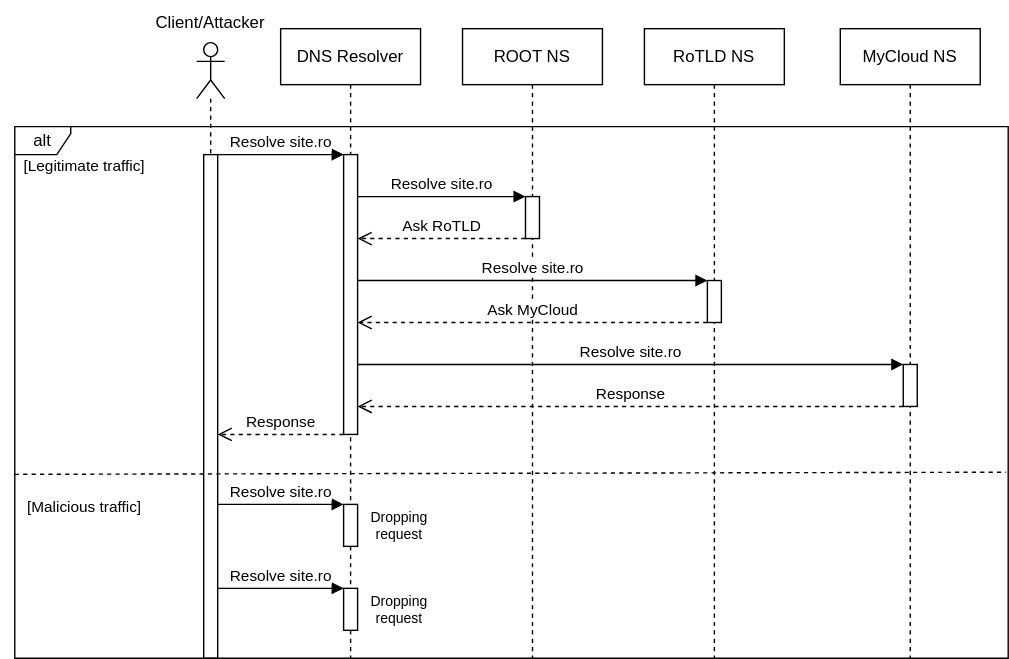
Earlier version of the draw.io export Diagrame/my_diagrams/DNS_seq_diagram.svg (gainaalex/Cloud-Platform-AntiDDoS). Source tidied: cells renumbered, new cells last; positions are measured from the earlier drawing's top-left corner, leaving out a move shared by most shapes.
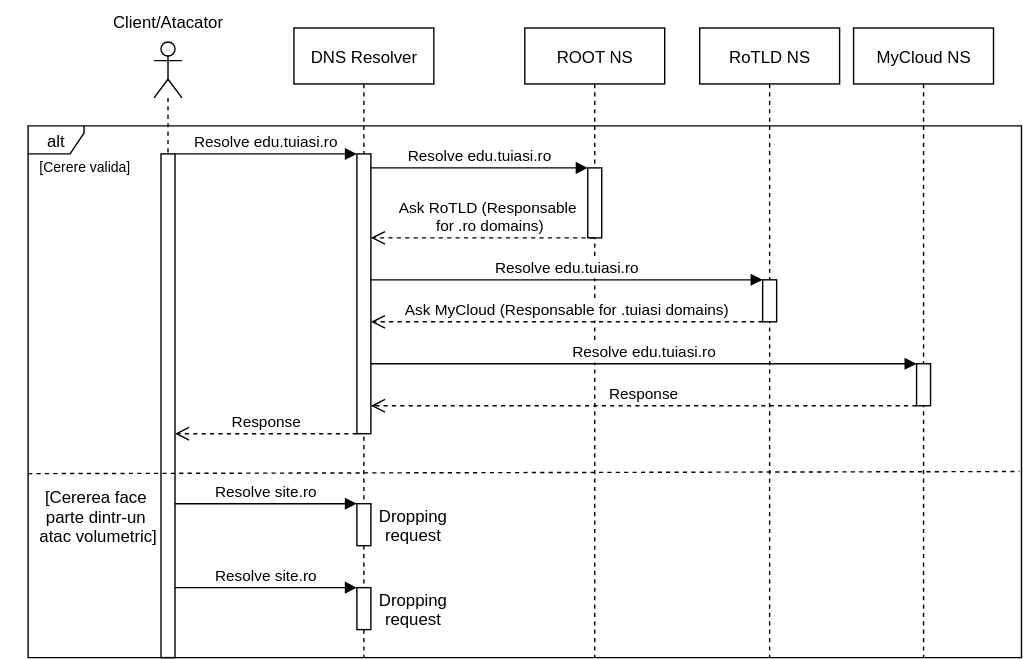
The same diagram one commit later.

Diff of the diagram source:
```diff
@@ -2,131 +2,130 @@
   <root>
     <mxCell id="0" />
     <mxCell id="1" parent="0" />
-    <mxCell id="2" value="ROOT NS" style="shape=umlLifeline;perimeter=lifelinePerimeter;whiteSpace=wrap;html=1;outlineConnect=0;portConstraint=eastwest;newEdgeStyle={&quot;edgeStyle&quot;:&quot;elbowEdgeStyle&quot;,&quot;elbow&quot;:&quot;vertical&quot;,&quot;curved&quot;:0,&quot;rounded&quot;:0};" parent="1" vertex="1">
-      <mxGeometry x="330" y="20" width="100" height="450" as="geometry" />
+    <mxCell id="2" value="ROOT NS" style="shape=umlLifeline;perimeter=lifelinePerimeter;outlineConnect=0;portConstraint=eastwest;newEdgeStyle={&quot;edgeStyle&quot;:&quot;elbowEdgeStyle&quot;,&quot;elbow&quot;:&quot;vertical&quot;,&quot;curved&quot;:0,&quot;rounded&quot;:0};" parent="1" vertex="1">
+      <mxGeometry x="365" y="20" width="100" height="450" as="geometry" />
     </mxCell>
-    <mxCell id="3" value="RoTLD NS" style="shape=umlLifeline;perimeter=lifelinePerimeter;whiteSpace=wrap;html=1;newEdgeStyle={&quot;edgeStyle&quot;:&quot;elbowEdgeStyle&quot;,&quot;elbow&quot;:&quot;vertical&quot;,&quot;curved&quot;:0,&quot;rounded&quot;:0};" parent="1" vertex="1">
-      <mxGeometry x="460" y="20" width="100" height="450" as="geometry" />
+    <mxCell id="3" value="RoTLD NS" style="shape=umlLifeline;perimeter=lifelinePerimeter;newEdgeStyle={&quot;edgeStyle&quot;:&quot;elbowEdgeStyle&quot;,&quot;elbow&quot;:&quot;vertical&quot;,&quot;curved&quot;:0,&quot;rounded&quot;:0};" parent="1" vertex="1">
+      <mxGeometry x="490" y="20" width="100" height="450" as="geometry" />
     </mxCell>
-    <mxCell id="4" style="html=1;points=[];perimeter=orthogonalPerimeter;outlineConnect=0;targetShapes=umlLifeline;portConstraint=eastwest;newEdgeStyle={&quot;edgeStyle&quot;:&quot;elbowEdgeStyle&quot;,&quot;elbow&quot;:&quot;vertical&quot;,&quot;curved&quot;:0,&quot;rounded&quot;:0};" parent="3" vertex="1">
+    <mxCell id="4" style="points=[];perimeter=orthogonalPerimeter;outlineConnect=0;targetShapes=umlLifeline;portConstraint=eastwest;newEdgeStyle={&quot;edgeStyle&quot;:&quot;elbowEdgeStyle&quot;,&quot;elbow&quot;:&quot;vertical&quot;,&quot;curved&quot;:0,&quot;rounded&quot;:0};" parent="3" vertex="1">
       <mxGeometry x="45" y="180" width="10" height="30" as="geometry" />
     </mxCell>
-    <mxCell id="5" style="shape=umlLifeline;perimeter=lifelinePerimeter;whiteSpace=wrap;html=1;newEdgeStyle={&quot;curved&quot;:0,&quot;rounded&quot;:0};participant=umlActor;size=40;" parent="1" vertex="1">
-      <mxGeometry x="140" y="30" width="20" height="440" as="geometry" />
+    <mxCell id="5" style="shape=umlLifeline;perimeter=lifelinePerimeter;newEdgeStyle={&quot;curved&quot;:0,&quot;rounded&quot;:0};participant=umlActor;size=40;" parent="1" vertex="1">
+      <mxGeometry x="100" y="30" width="20" height="440" as="geometry" />
     </mxCell>
-    <mxCell id="6" style="html=1;points=[[0,0,0,0,5],[0,1,0,0,-5],[1,0,0,0,5],[1,1,0,0,-5]];perimeter=orthogonalPerimeter;outlineConnect=0;targetShapes=umlLifeline;portConstraint=eastwest;newEdgeStyle={&quot;curved&quot;:0,&quot;rounded&quot;:0};" parent="5" vertex="1">
+    <mxCell id="6" style="points=[[0,0,0,0,5],[0,1,0,0,-5],[1,0,0,0,5],[1,1,0,0,-5]];perimeter=orthogonalPerimeter;outlineConnect=0;targetShapes=umlLifeline;portConstraint=eastwest;newEdgeStyle={&quot;curved&quot;:0,&quot;rounded&quot;:0};" parent="5" vertex="1">
       <mxGeometry x="5" y="80" width="10" height="360" as="geometry" />
     </mxCell>
-    <mxCell id="7" value="MyCloud NS" style="shape=umlLifeline;perimeter=lifelinePerimeter;whiteSpace=wrap;html=1;newEdgeStyle={&quot;edgeStyle&quot;:&quot;elbowEdgeStyle&quot;,&quot;elbow&quot;:&quot;vertical&quot;,&quot;curved&quot;:0,&quot;rounded&quot;:0};" parent="1" vertex="1">
+    <mxCell id="7" value="MyCloud NS" style="shape=umlLifeline;perimeter=lifelinePerimeter;newEdgeStyle={&quot;edgeStyle&quot;:&quot;elbowEdgeStyle&quot;,&quot;elbow&quot;:&quot;vertical&quot;,&quot;curved&quot;:0,&quot;rounded&quot;:0};" parent="1" vertex="1">
       <mxGeometry x="600" y="20" width="100" height="450" as="geometry" />
     </mxCell>
-    <mxCell id="8" style="html=1;points=[];perimeter=orthogonalPerimeter;outlineConnect=0;targetShapes=umlLifeline;portConstraint=eastwest;newEdgeStyle={&quot;edgeStyle&quot;:&quot;elbowEdgeStyle&quot;,&quot;elbow&quot;:&quot;vertical&quot;,&quot;curved&quot;:0,&quot;rounded&quot;:0};" parent="7" vertex="1">
+    <mxCell id="8" style="points=[];perimeter=orthogonalPerimeter;outlineConnect=0;targetShapes=umlLifeline;portConstraint=eastwest;newEdgeStyle={&quot;edgeStyle&quot;:&quot;elbowEdgeStyle&quot;,&quot;elbow&quot;:&quot;vertical&quot;,&quot;curved&quot;:0,&quot;rounded&quot;:0};" parent="7" vertex="1">
       <mxGeometry x="45" y="240" width="10" height="30" as="geometry" />
     </mxCell>
-    <mxCell id="9" value="DNS Resolver" style="shape=umlLifeline;perimeter=lifelinePerimeter;whiteSpace=wrap;html=1;newEdgeStyle={&quot;edgeStyle&quot;:&quot;elbowEdgeStyle&quot;,&quot;elbow&quot;:&quot;vertical&quot;,&quot;curved&quot;:0,&quot;rounded&quot;:0};" parent="1" vertex="1">
+    <mxCell id="9" value="DNS Resolver" style="shape=umlLifeline;perimeter=lifelinePerimeter;newEdgeStyle={&quot;edgeStyle&quot;:&quot;elbowEdgeStyle&quot;,&quot;elbow&quot;:&quot;vertical&quot;,&quot;curved&quot;:0,&quot;rounded&quot;:0};" parent="1" vertex="1">
       <mxGeometry x="200" y="20" width="100" height="450" as="geometry" />
     </mxCell>
-    <mxCell id="10" style="html=1;perimeter=orthogonalPerimeter;targetShapes=umlLifeline;newEdgeStyle={&quot;curved&quot;:0,&quot;rounded&quot;:0};" parent="9" vertex="1">
+    <mxCell id="10" style="perimeter=orthogonalPerimeter;targetShapes=umlLifeline;newEdgeStyle={&quot;curved&quot;:0,&quot;rounded&quot;:0};" parent="9" vertex="1">
       <mxGeometry x="45" y="400" width="10" height="30" as="geometry" />
     </mxCell>
     <mxCell id="11" style="group;" parent="1" vertex="1">
       <mxGeometry x="10" y="90" width="710" height="380" as="geometry" />
     </mxCell>
-    <mxCell id="12" value="alt" style="shape=umlFrame;whiteSpace=wrap;html=1;width=40;height=20;" parent="11" vertex="1">
+    <mxCell id="12" value="alt" style="shape=umlFrame;width=40;height=20;" parent="11" vertex="1">
       <mxGeometry width="710" height="380" as="geometry" />
     </mxCell>
-    <mxCell id="13" style="endArrow=none;dashed=1;html=1;rounded=0;exitX=0;exitY=0.5;exitDx=0;exitDy=0;exitPerimeter=0;entryX=0.998;entryY=0.496;entryDx=0;entryDy=0;entryPerimeter=0;" parent="11" edge="1">
+    <mxCell id="13" style="endArrow=none;dashed=1;rounded=0;exitX=0;exitY=0.5;exitDx=0;exitDy=0;exitPerimeter=0;entryX=0.998;entryY=0.496;entryDx=0;entryDy=0;entryPerimeter=0;" parent="11" edge="1">
       <mxGeometry relative="1" as="geometry">
         <mxPoint y="248.5" as="sourcePoint" />
         <mxPoint x="708.6" y="247" as="targetPoint" />
       </mxGeometry>
     </mxCell>
-    <mxCell id="14" value="[Legitimate traffic]" style="text;strokeColor=none;fillColor=none;align=center;verticalAlign=middle;rounded=0;whiteSpace=wrap;html=1;fontSize=11;" parent="11" vertex="1">
-      <mxGeometry x="-10" width="120" height="57" as="geometry" />
+    <mxCell id="14" value="&lt;font style=&quot;font-size: 10px;&quot;&gt;[Cerere valida]&lt;/font&gt;" style="text;html=1;strokeColor=none;fillColor=none;align=center;verticalAlign=middle;rounded=0;" parent="11" vertex="1">
+      <mxGeometry x="-20" width="120" height="57" as="geometry" />
     </mxCell>
-    <mxCell id="15" value="[Malicious traffic]" style="text;strokeColor=none;fillColor=none;align=center;verticalAlign=middle;rounded=0;fontSize=11;" parent="11" vertex="1">
-      <mxGeometry y="243" width="100" height="57" as="geometry" />
+    <mxCell id="15" value="[Cererea face &#10;parte dintr-un &#10;atac volumetric]" style="text;strokeColor=none;fillColor=none;align=center;verticalAlign=middle;rounded=0;" parent="11" vertex="1">
+      <mxGeometry x="5" y="250" width="90" height="57" as="geometry" />
     </mxCell>
-    <mxCell id="16" style="html=1;points=[[0,0,0,0,5],[0,1,0,0,-5],[1,0,0,0,5],[1,1,0,0,-5]];perimeter=orthogonalPerimeter;outlineConnect=0;targetShapes=umlLifeline;portConstraint=eastwest;newEdgeStyle={&quot;curved&quot;:0,&quot;rounded&quot;:0};" parent="11" vertex="1">
+    <mxCell id="16" style="points=[[0,0,0,0,5],[0,1,0,0,-5],[1,0,0,0,5],[1,1,0,0,-5]];perimeter=orthogonalPerimeter;outlineConnect=0;targetShapes=umlLifeline;portConstraint=eastwest;newEdgeStyle={&quot;curved&quot;:0,&quot;rounded&quot;:0};" parent="11" vertex="1">
       <mxGeometry x="235" y="270" width="10" height="30" as="geometry" />
     </mxCell>
-    <mxCell id="17" value="Dropping&#10;request" style="text;strokeColor=none;fillColor=none;align=center;verticalAlign=middle;rounded=0;fontSize=10;" parent="11" vertex="1">
+    <mxCell id="17" value="Dropping&#10;request" style="text;strokeColor=none;fillColor=none;align=center;verticalAlign=middle;rounded=0;" parent="11" vertex="1">
       <mxGeometry x="245" y="270" width="60" height="30" as="geometry" />
     </mxCell>
-    <mxCell id="18" value="Resolve site.ro" style="html=1;verticalAlign=bottom;endArrow=block;curved=0;rounded=0;" parent="11" edge="1">
+    <mxCell id="18" value="Resolve site.ro" style="verticalAlign=bottom;endArrow=block;curved=0;rounded=0;" parent="11" edge="1" source="6">
       <mxGeometry relative="1" as="geometry">
-        <mxPoint x="145" y="330" as="sourcePoint" />
         <mxPoint x="235" y="330" as="targetPoint" />
       </mxGeometry>
     </mxCell>
-    <mxCell id="19" value="Dropping&#10;request" style="text;strokeColor=none;fillColor=none;align=center;verticalAlign=middle;rounded=0;fontSize=10;" parent="11" vertex="1">
+    <mxCell id="19" value="Dropping&#10;request" style="text;strokeColor=none;fillColor=none;align=center;verticalAlign=middle;rounded=0;" parent="11" vertex="1">
       <mxGeometry x="245" y="330" width="60" height="30" as="geometry" />
     </mxCell>
+    <mxCell id="24" style="points=[[0,0,0,0,5],[0,1,0,0,-5],[1,0,0,0,5],[1,1,0,0,-5]];perimeter=orthogonalPerimeter;outlineConnect=0;targetShapes=umlLifeline;portConstraint=eastwest;newEdgeStyle={&quot;curved&quot;:0,&quot;rounded&quot;:0};" parent="11" vertex="1">
+      <mxGeometry x="400" y="30" width="10" height="50" as="geometry" />
+    </mxCell>
+    <mxCell id="23" value="Resolve edu.tuiasi.ro" style="verticalAlign=bottom;endArrow=block;curved=0;rounded=0;" parent="11" edge="1">
+      <mxGeometry relative="1" as="geometry">
+        <mxPoint x="245" y="30" as="sourcePoint" />
+        <mxPoint x="400" y="30" as="targetPoint" />
+        <Array as="points">
+          <mxPoint x="310" y="30" />
+        </Array>
+      </mxGeometry>
+    </mxCell>
-    <mxCell id="20" value="Resolve site.ro" style="html=1;verticalAlign=bottom;endArrow=block;curved=0;rounded=0;" parent="1" edge="1" source="6" target="21">
+    <mxCell id="20" value="Resolve edu.tuiasi.ro" style="verticalAlign=bottom;endArrow=block;curved=0;rounded=0;" parent="1" edge="1" source="6" target="21">
       <mxGeometry relative="1" as="geometry">
         <Array as="points">
           <mxPoint x="200" y="110" />
         </Array>
       </mxGeometry>
     </mxCell>
-    <mxCell id="21" style="html=1;points=[[0,0,0,0,5],[0,1,0,0,-5],[1,0,0,0,5],[1,1,0,0,-5]];perimeter=orthogonalPerimeter;outlineConnect=0;targetShapes=umlLifeline;portConstraint=eastwest;newEdgeStyle={&quot;curved&quot;:0,&quot;rounded&quot;:0};" parent="1" vertex="1">
+    <mxCell id="21" style="points=[[0,0,0,0,5],[0,1,0,0,-5],[1,0,0,0,5],[1,1,0,0,-5]];perimeter=orthogonalPerimeter;outlineConnect=0;targetShapes=umlLifeline;portConstraint=eastwest;newEdgeStyle={&quot;curved&quot;:0,&quot;rounded&quot;:0};" parent="1" vertex="1">
       <mxGeometry x="245" y="110" width="10" height="200" as="geometry" />
     </mxCell>
-    <mxCell id="22" value="Response" style="html=1;verticalAlign=bottom;endArrow=open;dashed=1;endSize=8;curved=0;rounded=0;" parent="1" edge="1">
+    <mxCell id="22" value="Response" style="verticalAlign=bottom;endArrow=open;dashed=1;endSize=8;curved=0;rounded=0;" parent="1" edge="1" target="6">
       <mxGeometry relative="1" as="geometry">
         <mxPoint x="245" y="310" as="sourcePoint" />
-        <mxPoint x="155" y="310" as="targetPoint" />
         <Array as="points">
           <mxPoint x="230" y="310" />
           <mxPoint x="200" y="310" />
         </Array>
       </mxGeometry>
     </mxCell>
-    <mxCell id="23" value="Resolve site.ro" style="html=1;verticalAlign=bottom;endArrow=block;curved=0;rounded=0;" parent="1" edge="1" source="21" target="24">
-      <mxGeometry relative="1" as="geometry">
-        <Array as="points">
-          <mxPoint x="320" y="140" />
-        </Array>
-      </mxGeometry>
-    </mxCell>
-    <mxCell id="24" style="html=1;points=[[0,0,0,0,5],[0,1,0,0,-5],[1,0,0,0,5],[1,1,0,0,-5]];perimeter=orthogonalPerimeter;outlineConnect=0;targetShapes=umlLifeline;portConstraint=eastwest;newEdgeStyle={&quot;curved&quot;:0,&quot;rounded&quot;:0};" parent="1" vertex="1">
-      <mxGeometry x="375" y="140" width="10" height="30" as="geometry" />
-    </mxCell>
-    <mxCell id="25" value="Ask RoTLD" style="html=1;verticalAlign=bottom;endArrow=open;dashed=1;endSize=8;curved=0;rounded=0;" parent="1" edge="1">
-      <mxGeometry relative="1" as="geometry">
-        <mxPoint x="375" y="170" as="sourcePoint" />
+    <mxCell id="25" value="Ask RoTLD (Responsable &#10;for .ro domains)" style="verticalAlign=bottom;endArrow=open;dashed=1;endSize=8;curved=0;rounded=0;" parent="1" edge="1" source="2">
+      <mxGeometry x="-0.07" relative="1" as="geometry">
         <mxPoint x="255" y="170" as="targetPoint" />
       </mxGeometry>
     </mxCell>
-    <mxCell id="26" value="Resolve site.ro" style="html=1;verticalAlign=bottom;endArrow=block;curved=0;rounded=0;" parent="1" edge="1" source="21" target="4">
+    <mxCell id="26" value="Resolve edu.tuiasi.ro" style="verticalAlign=bottom;endArrow=block;curved=0;rounded=0;" parent="1" edge="1" source="21" target="4">
       <mxGeometry relative="1" as="geometry">
         <Array as="points">
           <mxPoint x="380" y="200" />
         </Array>
       </mxGeometry>
     </mxCell>
-    <mxCell id="27" value="Ask MyCloud" style="html=1;verticalAlign=bottom;endArrow=open;dashed=1;endSize=8;curved=0;rounded=0;" parent="1" edge="1" source="4" target="21">
+    <mxCell id="27" value="Ask MyCloud (Responsable for .tuiasi domains)" style="verticalAlign=bottom;endArrow=open;dashed=1;endSize=8;curved=0;rounded=0;" parent="1" edge="1" source="4" target="21">
       <mxGeometry relative="1" as="geometry">
         <Array as="points">
           <mxPoint x="380" y="230" />
         </Array>
       </mxGeometry>
     </mxCell>
-    <mxCell id="28" value="Resolve site.ro" style="html=1;verticalAlign=bottom;endArrow=block;curved=0;rounded=0;" parent="1" edge="1" source="21" target="8">
+    <mxCell id="28" value="Resolve edu.tuiasi.ro" style="verticalAlign=bottom;endArrow=block;curved=0;rounded=0;" parent="1" edge="1" source="21" target="8">
       <mxGeometry relative="1" as="geometry" />
     </mxCell>
-    <mxCell id="29" value="Response" style="html=1;verticalAlign=bottom;endArrow=open;dashed=1;endSize=8;curved=0;rounded=0;" parent="1" edge="1" source="8" target="21">
+    <mxCell id="29" value="Response" style="verticalAlign=bottom;endArrow=open;dashed=1;endSize=8;curved=0;rounded=0;" parent="1" edge="1" source="8" target="21">
       <mxGeometry relative="1" as="geometry">
         <Array as="points">
           <mxPoint x="450" y="290" />
         </Array>
       </mxGeometry>
     </mxCell>
-    <mxCell id="30" value="Resolve site.ro" style="html=1;verticalAlign=bottom;endArrow=block;curved=0;rounded=0;" parent="1" edge="1" source="6" target="16">
+    <mxCell id="30" value="Resolve site.ro" style="verticalAlign=bottom;endArrow=block;curved=0;rounded=0;" parent="1" edge="1" source="6" target="16">
       <mxGeometry relative="1" as="geometry" />
     </mxCell>
-    <mxCell id="31" value="Client/Attacker" style="text;strokeColor=none;fillColor=none;align=center;verticalAlign=middle;rounded=0;" parent="1" vertex="1">
-      <mxGeometry x="120" width="60" height="30" as="geometry" />
-    </mxCell>
+    <mxCell id="32" value="Client/Atacator" style="text;strokeColor=none;fillColor=none;align=center;verticalAlign=middle;rounded=0;" parent="1" vertex="1">
+      <mxGeometry x="80" width="60" height="30" as="geometry" />
+    </mxCell>
   </root>
 </mxGraphModel>
```
